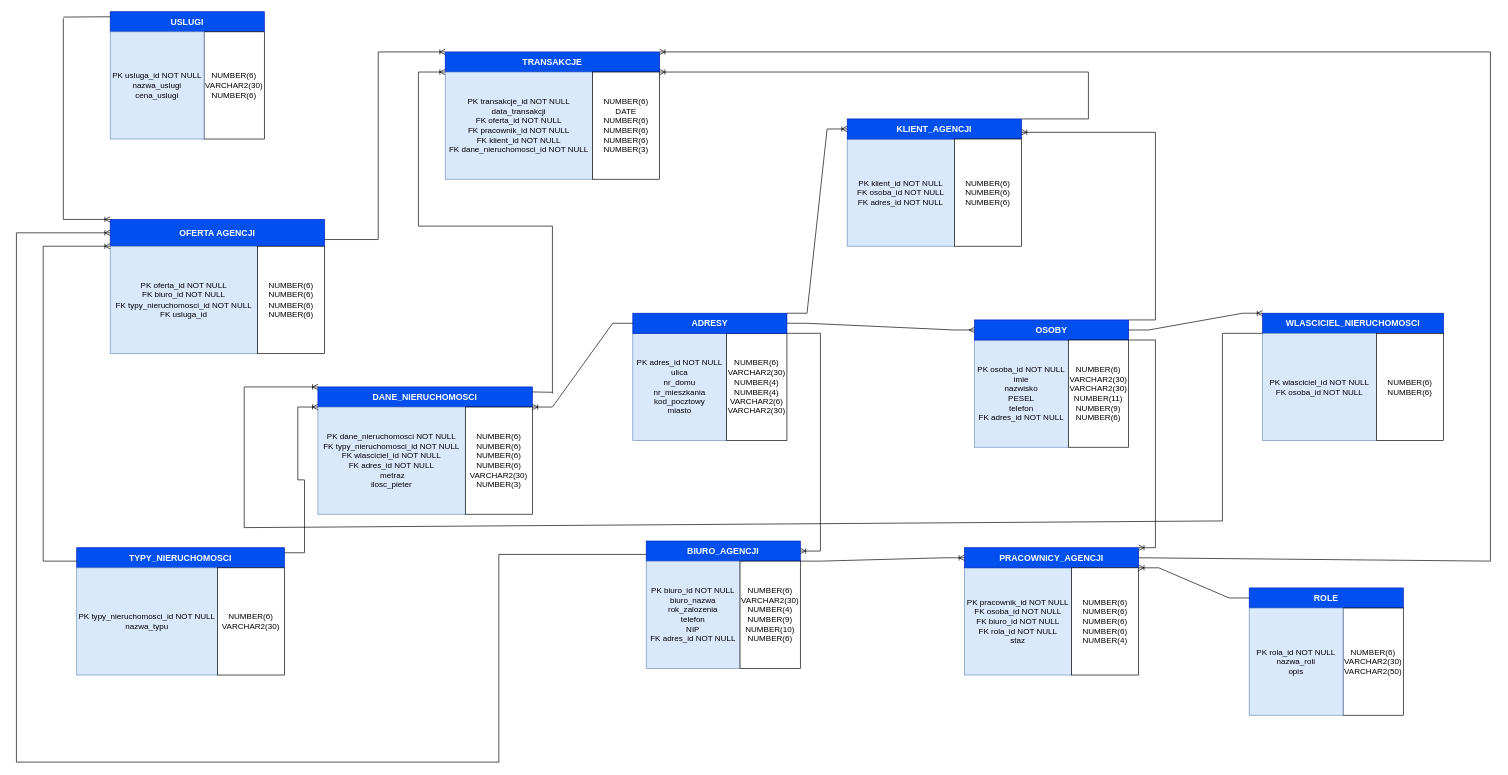
Before: diagram.drawio in vaderek22/Agent_Nieruchomosci, a draw.io diagram. Source tidied: cells renumbered, new cells numbered last; positions are measured from the earlier drawing's top-left corner, leaving out a move shared by most shapes. Both pictures are drawn from the tidied source at 67%, with x=0, y=0 at pixel (16, 11).
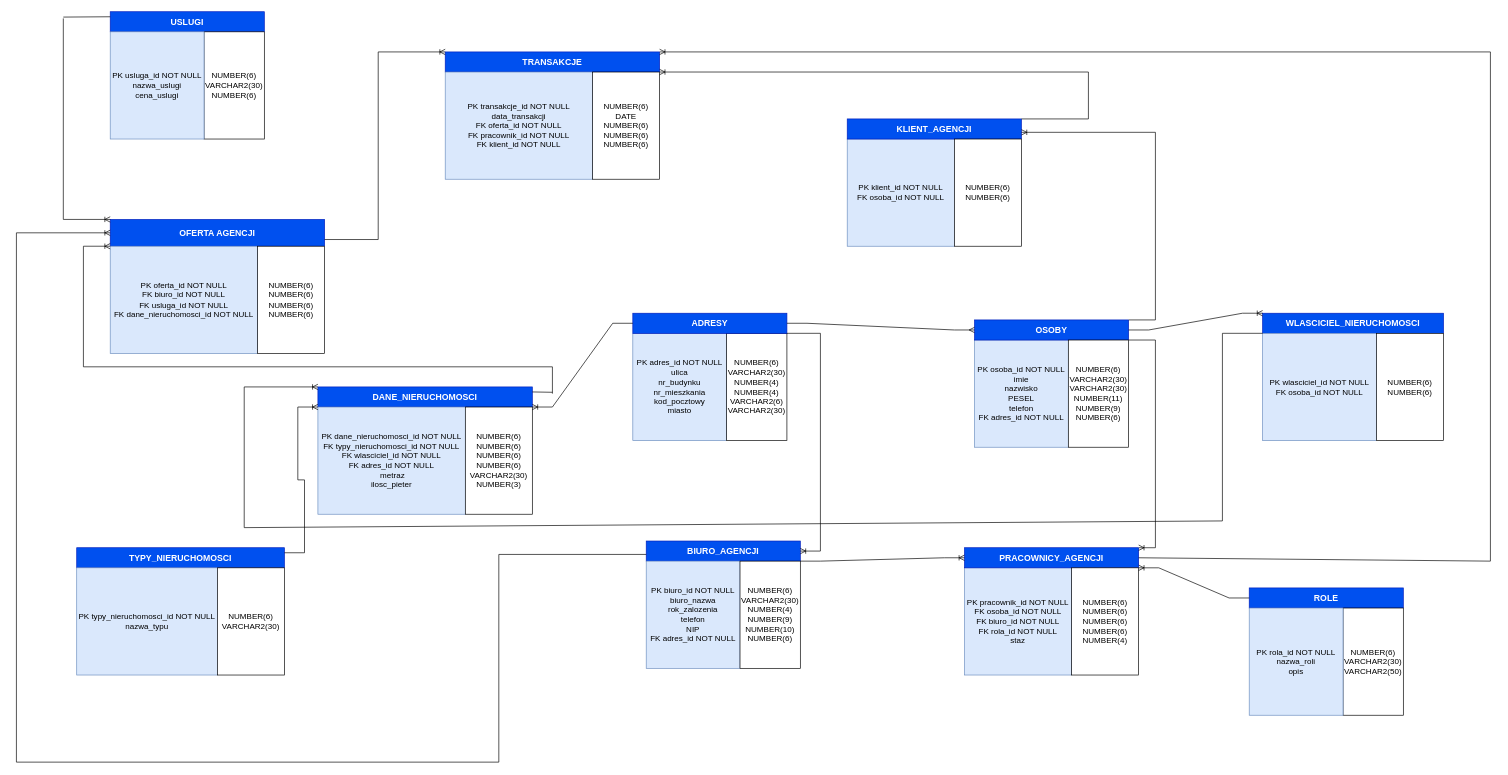
The same diagram, later.

Unchanged cells that the change refers to:
```xml
<mxCell id="18" style="group;" parent="1" vertex="1">
  <mxGeometry x="450" y="560" width="320" height="190" as="geometry" />
</mxCell>
<mxCell id="30" style="group;" parent="1" vertex="1">
  <mxGeometry x="1240" y="160" width="260" height="190" as="geometry" />
</mxCell>
<mxCell id="32" value="KLIENT_AGENCJI" style="rounded=0;whiteSpace=wrap;html=1;fillColor=#0050ef;strokeColor=#001DBC;fontStyle=1;fontSize=13;fontColor=#ffffff;" parent="30" vertex="1">
  <mxGeometry width="260" height="30" as="geometry" />
</mxCell>
<mxCell id="34" style="group;" parent="1" vertex="1">
  <mxGeometry x="140" y="320" width="320" height="190" as="geometry" />
</mxCell>
<mxCell id="35" value="OFERTA AGENCJI" style="rounded=0;whiteSpace=wrap;html=1;fillColor=#0050ef;strokeColor=#001DBC;fontStyle=1;fontSize=13;fontColor=#ffffff;" parent="34" vertex="1">
  <mxGeometry y="-10" width="320" height="40" as="geometry" />
</mxCell>
<mxCell id="38" style="group;" parent="1" vertex="1">
  <mxGeometry x="640" y="60" width="320" height="190" as="geometry" />
</mxCell>
<mxCell id="46" style="group;" parent="1" vertex="1">
  <mxGeometry x="920" y="450" width="230" height="190" as="geometry" />
</mxCell>
<mxCell id="49" value="ADRESY" style="rounded=0;whiteSpace=wrap;html=1;fillColor=#0050ef;strokeColor=#001DBC;fontStyle=1;fontSize=13;fontColor=#ffffff;" parent="46" vertex="1">
  <mxGeometry width="230" height="30" as="geometry" />
</mxCell>
```

Change to the diagram source:
```diff
@@
-    <mxCell id="20" value="PK dane_nieruchomosci NOT NULL&lt;br&gt;FK typy_nieruchomosci_id NOT NULL&lt;br&gt;FK wlasciciel_id NOT NULL&lt;br&gt;FK adres_id NOT NULL&lt;br&gt;&amp;nbsp;metraz&lt;br&gt;ilosc_pieter" style="rounded=0;whiteSpace=wrap;html=1;fillColor=#dae8fc;strokeColor=#6c8ebf;" parent="18" vertex="1">
+    <mxCell id="20" value="PK dane_nieruchomosci_id NOT NULL&lt;br&gt;FK typy_nieruchomosci_id NOT NULL&lt;br&gt;FK wlasciciel_id NOT NULL&lt;br&gt;FK adres_id NOT NULL&lt;br&gt;&amp;nbsp;metraz&lt;br&gt;ilosc_pieter" style="rounded=0;whiteSpace=wrap;html=1;fillColor=#dae8fc;strokeColor=#6c8ebf;" parent="18" vertex="1">
       <mxGeometry y="30" width="220" height="160" as="geometry" />
     </mxCell>
@@
-    <mxCell id="31" value="PK klient_id NOT NULL&lt;br&gt;FK osoba_id NOT NULL&lt;br&gt;FK adres_id NOT NULL&lt;br&gt;" style="rounded=0;whiteSpace=wrap;html=1;fillColor=#dae8fc;strokeColor=#6c8ebf;" parent="30" vertex="1">
+    <mxCell id="31" value="PK klient_id NOT NULL&lt;br&gt;FK osoba_id NOT NULL" style="rounded=0;whiteSpace=wrap;html=1;fillColor=#dae8fc;strokeColor=#6c8ebf;" parent="30" vertex="1">
       <mxGeometry y="30" width="160" height="160" as="geometry" />
     </mxCell>
@@
-    <mxCell id="33" value="NUMBER(6)&lt;br&gt;NUMBER(6)&lt;br&gt;NUMBER(6)&lt;br&gt;" style="rounded=0;whiteSpace=wrap;html=1;" parent="30" vertex="1">
+    <mxCell id="33" value="NUMBER(6)&lt;br&gt;NUMBER(6)" style="rounded=0;whiteSpace=wrap;html=1;" parent="30" vertex="1">
       <mxGeometry x="160" y="30" width="100" height="160" as="geometry" />
     </mxCell>
@@
-    <mxCell id="36" value="PK oferta_id NOT NULL&lt;br&gt;FK biuro_id NOT NULL&lt;br&gt;FK typy_nieruchomosci_id NOT NULL&lt;br&gt;FK usluga_id" style="rounded=0;whiteSpace=wrap;html=1;fillColor=#dae8fc;strokeColor=#6c8ebf;" parent="34" vertex="1">
+    <mxCell id="36" value="PK oferta_id NOT NULL&lt;br&gt;FK biuro_id NOT NULL&lt;br&gt;FK usluga_id NOT NULL&lt;br&gt;FK dane_nieruchomosci_id NOT NULL" style="rounded=0;whiteSpace=wrap;html=1;fillColor=#dae8fc;strokeColor=#6c8ebf;" parent="34" vertex="1">
       <mxGeometry y="30" width="220" height="160" as="geometry" />
     </mxCell>
@@
-    <mxCell id="40" value="PK transakcje_id NOT NULL&lt;br&gt;data_transakcji&lt;br&gt;FK oferta_id NOT NULL&lt;br&gt;FK pracownik_id NOT NULL&lt;br&gt;FK klient_id NOT NULL&lt;br&gt;FK dane_nieruchomosci_id NOT NULL" style="rounded=0;whiteSpace=wrap;html=1;fillColor=#dae8fc;strokeColor=#6c8ebf;" parent="38" vertex="1">
+    <mxCell id="40" value="PK transakcje_id NOT NULL&lt;br&gt;data_transakcji&lt;br&gt;FK oferta_id NOT NULL&lt;br&gt;FK pracownik_id NOT NULL&lt;br&gt;FK klient_id NOT NULL" style="rounded=0;whiteSpace=wrap;html=1;fillColor=#dae8fc;strokeColor=#6c8ebf;" parent="38" vertex="1">
       <mxGeometry y="30" width="220" height="160" as="geometry" />
     </mxCell>
-    <mxCell id="41" value="NUMBER(6)&lt;br&gt;DATE&lt;br&gt;NUMBER(6)&lt;br&gt;NUMBER(6)&lt;br&gt;NUMBER(6)&lt;br&gt;NUMBER(3)" style="rounded=0;whiteSpace=wrap;html=1;" parent="38" vertex="1">
+    <mxCell id="41" value="NUMBER(6)&lt;br&gt;DATE&lt;br&gt;NUMBER(6)&lt;br&gt;NUMBER(6)&lt;br&gt;NUMBER(6)" style="rounded=0;whiteSpace=wrap;html=1;" parent="38" vertex="1">
       <mxGeometry x="220" y="30" width="100" height="160" as="geometry" />
     </mxCell>
@@
-    <mxCell id="47" value="PK adres_id NOT NULL&lt;br&gt;ulica&lt;br&gt;nr_domu&lt;br&gt;nr_mieszkania&lt;br&gt;kod_pocztowy&lt;br&gt;miasto" style="rounded=0;whiteSpace=wrap;html=1;fillColor=#dae8fc;strokeColor=#6c8ebf;" parent="46" vertex="1">
+    <mxCell id="47" value="PK adres_id NOT NULL&lt;br&gt;ulica&lt;br&gt;nr_budynku&lt;br&gt;nr_mieszkania&lt;br&gt;kod_pocztowy&lt;br&gt;miasto" style="rounded=0;whiteSpace=wrap;html=1;fillColor=#dae8fc;strokeColor=#6c8ebf;" parent="46" vertex="1">
       <mxGeometry y="30" width="140" height="160" as="geometry" />
     </mxCell>
@@
-    <mxCell id="55" style="edgeStyle=entityRelationEdgeStyle;fontSize=12;html=1;endArrow=ERoneToMany;rounded=0;entryX=0;entryY=0.5;entryDx=0;entryDy=0;exitX=1;exitY=0;exitDx=0;exitDy=0;" parent="1" edge="1" source="49" target="32">
-      <mxGeometry relative="1" as="geometry" />
-    </mxCell>
@@
-    <mxCell id="64" style="endArrow=none;html=1;rounded=0;" parent="1" edge="1">
-      <mxGeometry relative="1" as="geometry">
-        <mxPoint x="40" y="820" as="sourcePoint" />
-        <mxPoint x="40" y="350" as="targetPoint" />
-      </mxGeometry>
-    </mxCell>
-    <mxCell id="65" style="endArrow=none;html=1;rounded=0;" parent="1" edge="1">
-      <mxGeometry relative="1" as="geometry">
-        <mxPoint x="40" y="820" as="sourcePoint" />
-        <mxPoint x="90" y="820" as="targetPoint" />
-      </mxGeometry>
-    </mxCell>
-    <mxCell id="66" style="endArrow=ERoneToMany;html=1;rounded=0;entryX=0;entryY=1;entryDx=0;entryDy=0;startArrow=none;startFill=0;endFill=0;" parent="1" edge="1" target="35">
-      <mxGeometry relative="1" as="geometry">
-        <mxPoint x="40" y="350" as="sourcePoint" />
-      </mxGeometry>
-    </mxCell>
@@
-    <mxCell id="68" style="endArrow=none;html=1;rounded=0;" parent="1" edge="1">
-      <mxGeometry relative="1" as="geometry">
-        <mxPoint x="800" y="570" as="sourcePoint" />
-        <mxPoint x="800" y="320" as="targetPoint" />
-      </mxGeometry>
-    </mxCell>
-    <mxCell id="69" style="endArrow=none;html=1;rounded=0;" parent="1" edge="1">
-      <mxGeometry relative="1" as="geometry">
-        <mxPoint x="800" y="320" as="sourcePoint" />
-        <mxPoint x="600" y="320" as="targetPoint" />
-      </mxGeometry>
-    </mxCell>
-    <mxCell id="70" style="endArrow=none;html=1;rounded=0;" parent="1" edge="1">
-      <mxGeometry relative="1" as="geometry">
-        <mxPoint x="600" y="320" as="sourcePoint" />
-        <mxPoint x="600" y="90" as="targetPoint" />
-      </mxGeometry>
-    </mxCell>
-    <mxCell id="71" style="endArrow=ERoneToMany;html=1;rounded=0;entryX=0;entryY=0;entryDx=0;entryDy=0;endFill=0;" parent="1" edge="1" target="40">
-      <mxGeometry relative="1" as="geometry">
-        <mxPoint x="600" y="90" as="sourcePoint" />
-      </mxGeometry>
-    </mxCell>
@@
+    <mxCell id="94" style="endArrow=none;html=1;rounded=0;" parent="1" edge="1">
+      <mxGeometry relative="1" as="geometry">
+        <mxPoint x="800" y="530" as="sourcePoint" />
+        <mxPoint x="800" y="570" as="targetPoint" />
+      </mxGeometry>
+    </mxCell>
+    <mxCell id="95" style="endArrow=none;html=1;rounded=0;" parent="1" edge="1">
+      <mxGeometry relative="1" as="geometry">
+        <mxPoint x="100" y="530" as="sourcePoint" />
+        <mxPoint x="800" y="530" as="targetPoint" />
+      </mxGeometry>
+    </mxCell>
+    <mxCell id="96" style="endArrow=none;html=1;rounded=0;" parent="1" edge="1">
+      <mxGeometry relative="1" as="geometry">
+        <mxPoint x="100" y="530" as="sourcePoint" />
+        <mxPoint x="100" y="350" as="targetPoint" />
+      </mxGeometry>
+    </mxCell>
+    <mxCell id="97" style="endArrow=ERoneToMany;html=1;rounded=0;entryX=0;entryY=0;entryDx=0;entryDy=0;endFill=0;" parent="1" edge="1" target="36">
+      <mxGeometry relative="1" as="geometry">
+        <mxPoint x="100" y="350" as="sourcePoint" />
+      </mxGeometry>
+    </mxCell>
```
